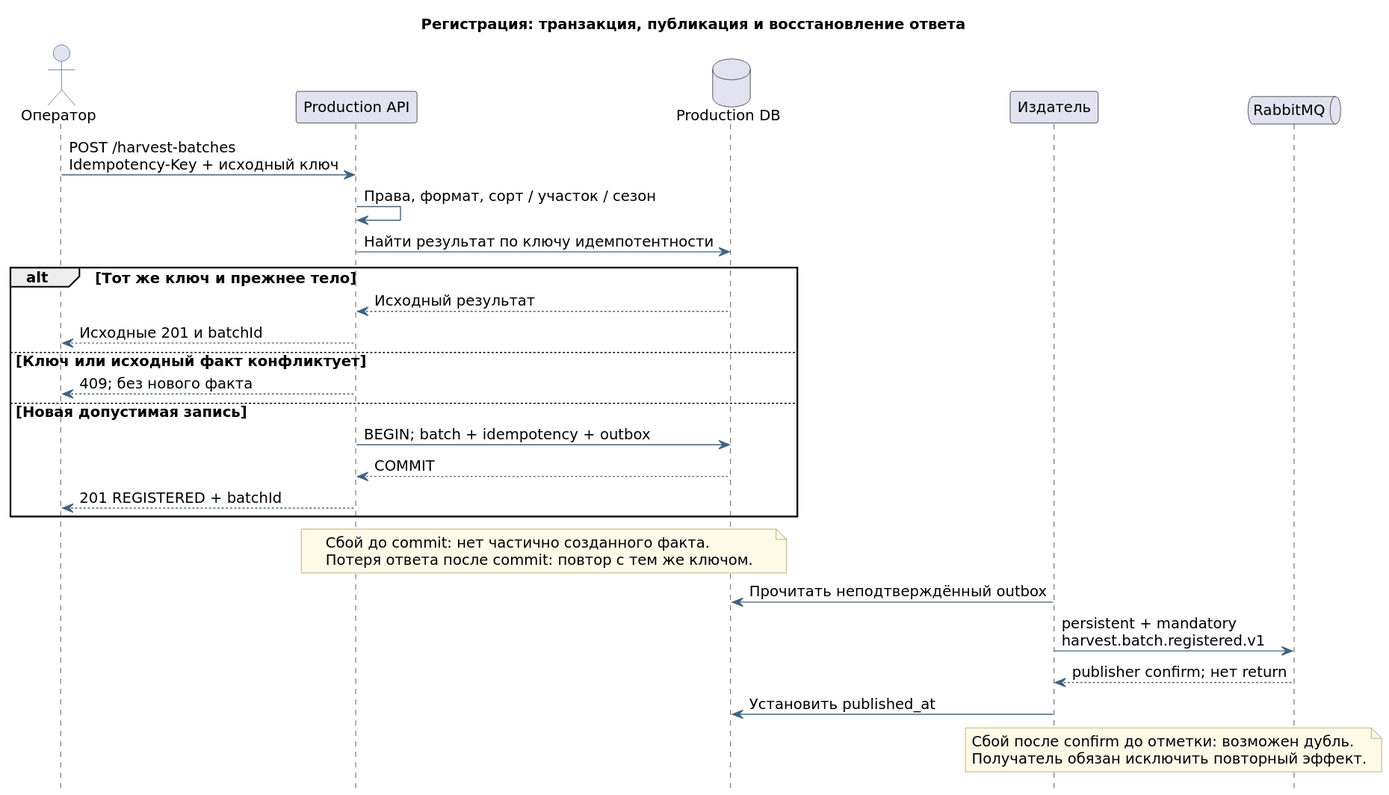
spicerrr/sa-portfolio keeps this PlantUML diagram as agritech/diagrams/rendered/sequence.svg. Above is the earlier version.
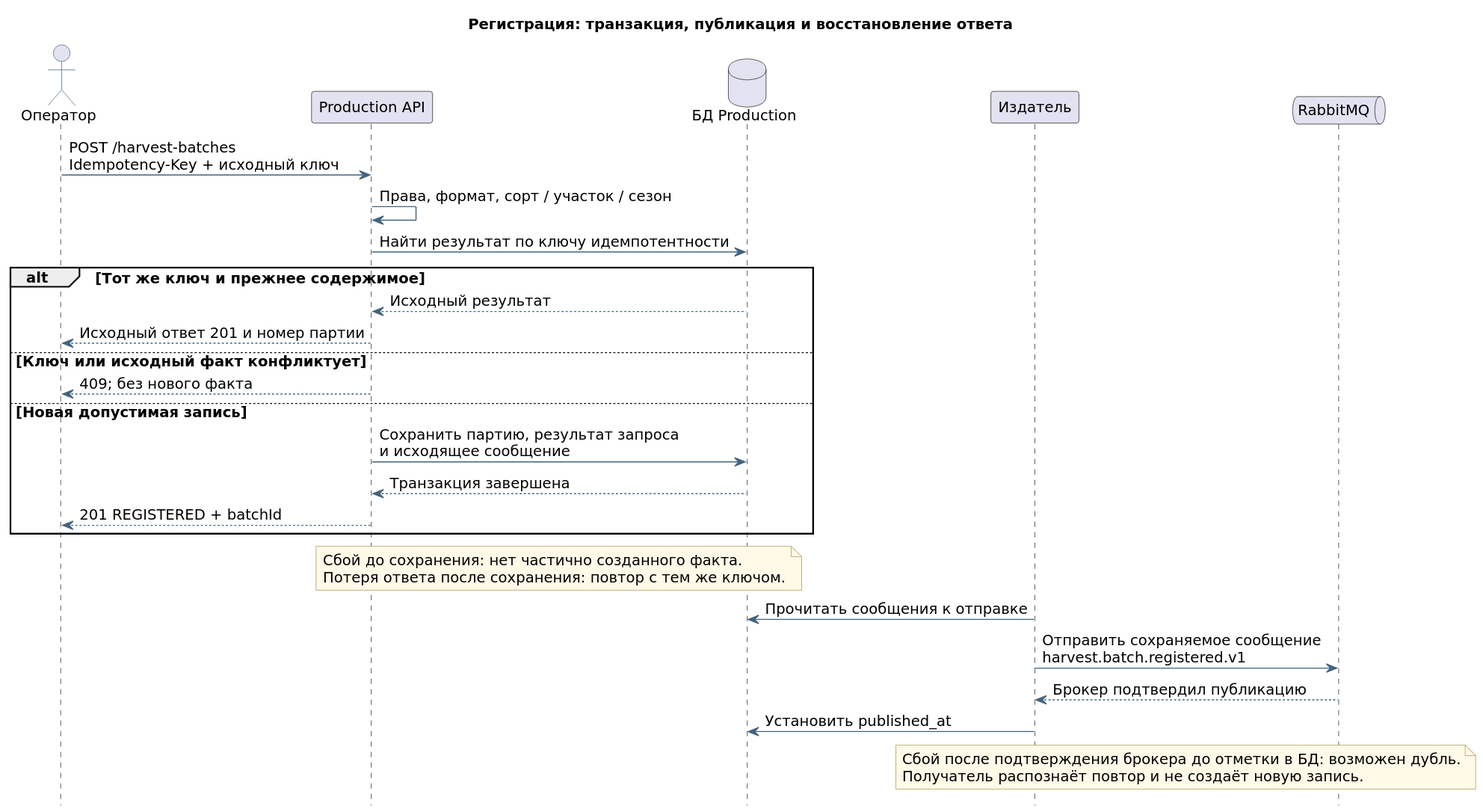
After the change.

Diff of the diagram source:
```diff
@@ -16,32 +16,32 @@
 hide footbox
 actor "Оператор" as User
 participant "Production API" as API
-database "Production DB" as DB
+database "БД Production" as DB
 participant "Издатель" as Pub
 queue "RabbitMQ" as MQ
 User -> API: POST /harvest-batches\nIdempotency-Key + исходный ключ
 API -> API: Права, формат, сорт / участок / сезон
 API -> DB: Найти результат по ключу идемпотентности
-alt Тот же ключ и прежнее тело
+alt Тот же ключ и прежнее содержимое
     DB --> API: Исходный результат
-    API --> User: Исходные 201 и batchId
+    API --> User: Исходный ответ 201 и номер партии
 else Ключ или исходный факт конфликтует
     API --> User: 409; без нового факта
 else Новая допустимая запись
-    API -> DB: BEGIN; batch + idempotency + outbox
-    DB --> API: COMMIT
+    API -> DB: Сохранить партию, результат запроса\nи исходящее сообщение
+    DB --> API: Транзакция завершена
     API --> User: 201 REGISTERED + batchId
 end
 note over API, DB
-Сбой до commit: нет частично созданного факта.
-Потеря ответа после commit: повтор с тем же ключом.
+Сбой до сохранения: нет частично созданного факта.
+Потеря ответа после сохранения: повтор с тем же ключом.
 end note
-Pub -> DB: Прочитать неподтверждённый outbox
-Pub -> MQ: persistent + mandatory\nharvest.batch.registered.v1
-MQ --> Pub: publisher confirm; нет return
+Pub -> DB: Прочитать сообщения к отправке
+Pub -> MQ: Отправить сохраняемое сообщение\nharvest.batch.registered.v1
+MQ --> Pub: Брокер подтвердил публикацию
 Pub -> DB: Установить published_at
 note over Pub, MQ
-Сбой после confirm до отметки: возможен дубль.
-Получатель обязан исключить повторный эффект.
+Сбой после подтверждения брокера до отметки в БД: возможен дубль.
+Получатель распознаёт повтор и не создаёт новую запись.
 end note
 @enduml
```
